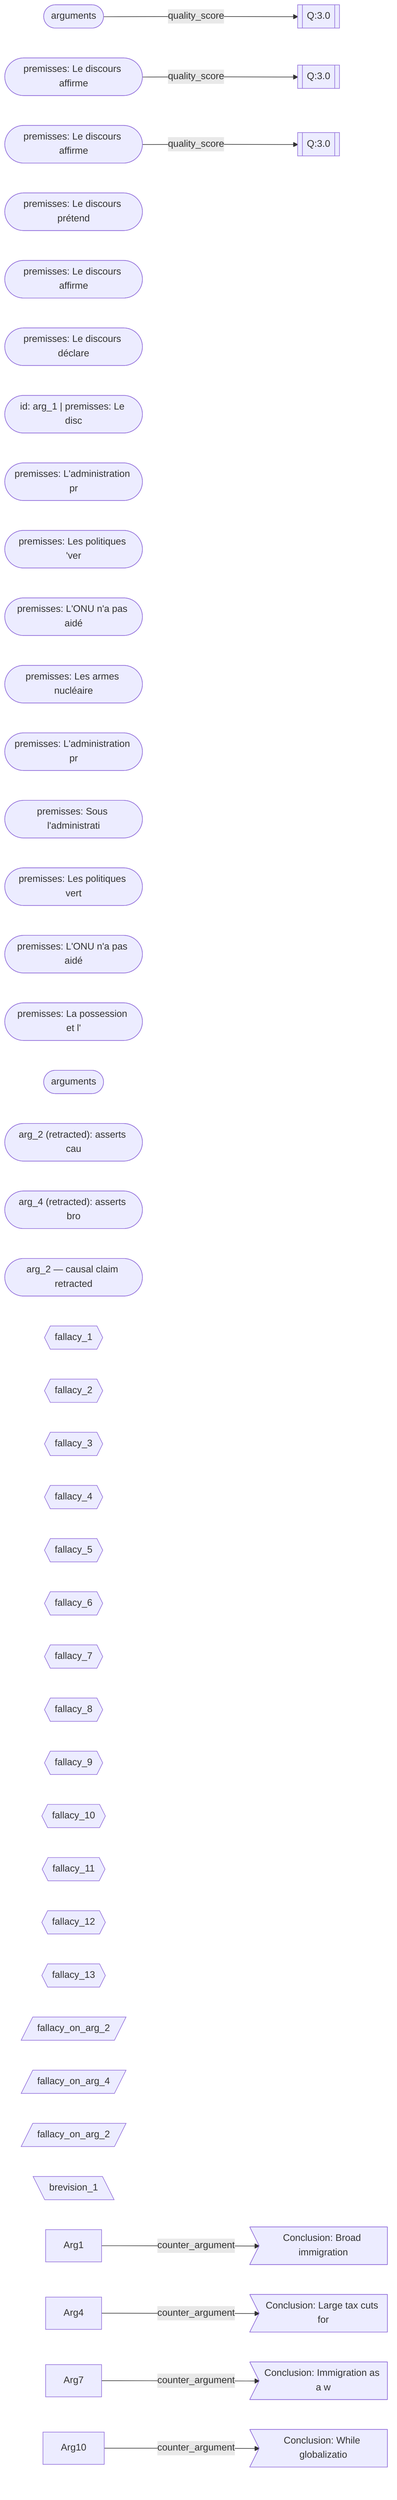
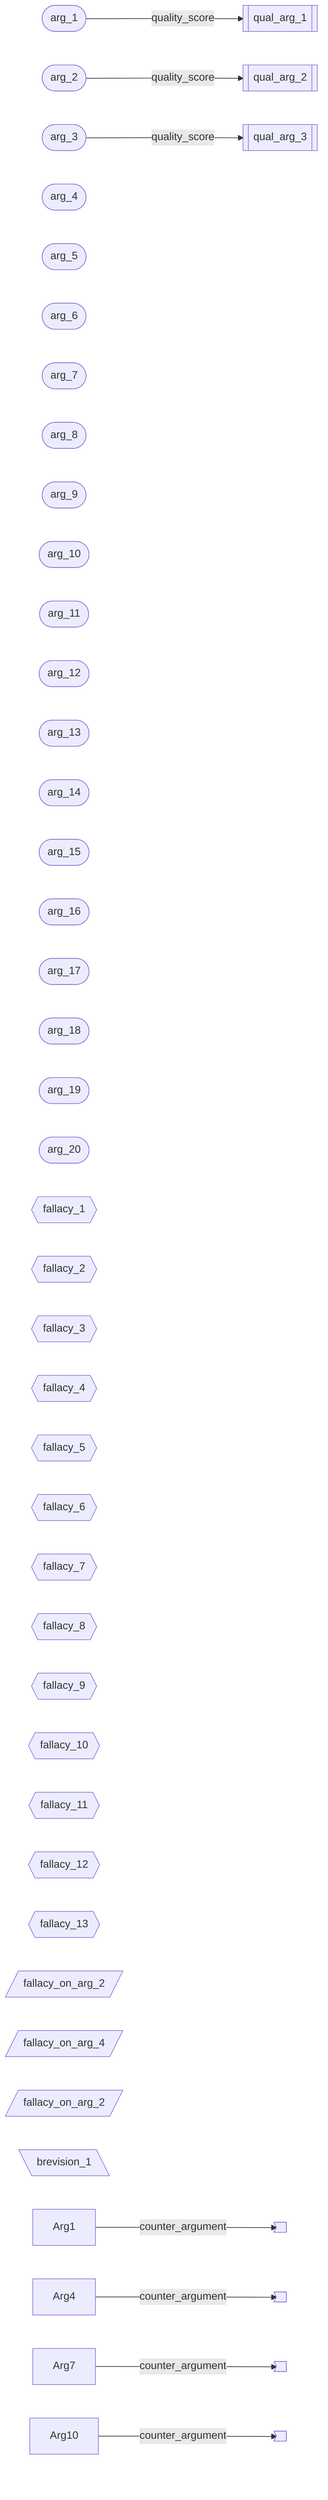
graph LR
-   arg_1(["arguments"])
-   arg_2(["premisses: Le discours affirme"])
-   arg_3(["premisses: Le discours affirme"])
-   arg_4(["premisses: Le discours prétend"])
-   arg_5(["premisses: Le discours affirme"])
-   arg_6(["premisses: Le discours déclare"])
-   arg_7(["id: arg_1 | premisses: Le disc"])
-   arg_8(["premisses: L'administration pr"])
-   arg_9(["premisses: Les politiques 'ver"])
-   arg_10(["premisses: L'ONU n'a pas aidé "])
-   arg_11(["premisses: Les armes nucléaire"])
-   arg_12(["premisses: L'administration pr"])
-   arg_13(["premisses: Sous l'administrati"])
-   arg_14(["premisses: Les politiques vert"])
-   arg_15(["premisses: L'ONU n'a pas aidé "])
-   arg_16(["premisses: La possession et l'"])
-   arg_17(["arguments"])
-   arg_18(["arg_2 (retracted): asserts cau"])
-   arg_19(["arg_4 (retracted): asserts bro"])
-   arg_20(["arg_2 — causal claim retracted"])
+   arg_1(["arg_1"])
+   arg_2(["arg_2"])
+   arg_3(["arg_3"])
+   arg_4(["arg_4"])
+   arg_5(["arg_5"])
+   arg_6(["arg_6"])
+   arg_7(["arg_7"])
+   arg_8(["arg_8"])
+   arg_9(["arg_9"])
+   arg_10(["arg_10"])
+   arg_11(["arg_11"])
+   arg_12(["arg_12"])
+   arg_13(["arg_13"])
+   arg_14(["arg_14"])
+   arg_15(["arg_15"])
+   arg_16(["arg_16"])
+   arg_17(["arg_17"])
+   arg_18(["arg_18"])
+   arg_19(["arg_19"])
+   arg_20(["arg_20"])
  fallacy_1{{"fallacy_1"}}
  fallacy_2{{"fallacy_2"}}
  fallacy_3{{"fallacy_3"}}
  fallacy_4{{"fallacy_4"}}
  fallacy_5{{"fallacy_5"}}
  fallacy_6{{"fallacy_6"}}
  fallacy_7{{"fallacy_7"}}
  fallacy_8{{"fallacy_8"}}
  fallacy_9{{"fallacy_9"}}
  fallacy_10{{"fallacy_10"}}
  fallacy_11{{"fallacy_11"}}
  fallacy_12{{"fallacy_12"}}
  fallacy_13{{"fallacy_13"}}
  jtms_1[/"fallacy_on_arg_2"/]
  jtms_2[/"fallacy_on_arg_4"/]
  jtms_3[/"fallacy_on_arg_2"/]
  brevision_1[\"brevision_1"\]
-   ca_1>"Conclusion: Broad immigration "]
-   ca_2>"Conclusion: Large tax cuts for"]
-   ca_3>"Conclusion: Immigration as a w"]
-   ca_4>"Conclusion: While globalizatio"]
-   qual_arg_1[["Q:3.0"]]
-   qual_arg_2[["Q:3.0"]]
-   qual_arg_3[["Q:3.0"]]
+   ca_1>"<scrubbed>"]
+   ca_2>"<scrubbed>"]
+   ca_3>"<scrubbed>"]
+   ca_4>"<scrubbed>"]
+   qual_arg_1[["qual_arg_1"]]
+   qual_arg_2[["qual_arg_2"]]
+   qual_arg_3[["qual_arg_3"]]
  Arg1 -->|counter_argument| ca_1
  Arg4 -->|counter_argument| ca_2
  Arg7 -->|counter_argument| ca_3
  Arg10 -->|counter_argument| ca_4
  arg_1 -->|quality_score| qual_arg_1
  arg_2 -->|quality_score| qual_arg_2
  arg_3 -->|quality_score| qual_arg_3